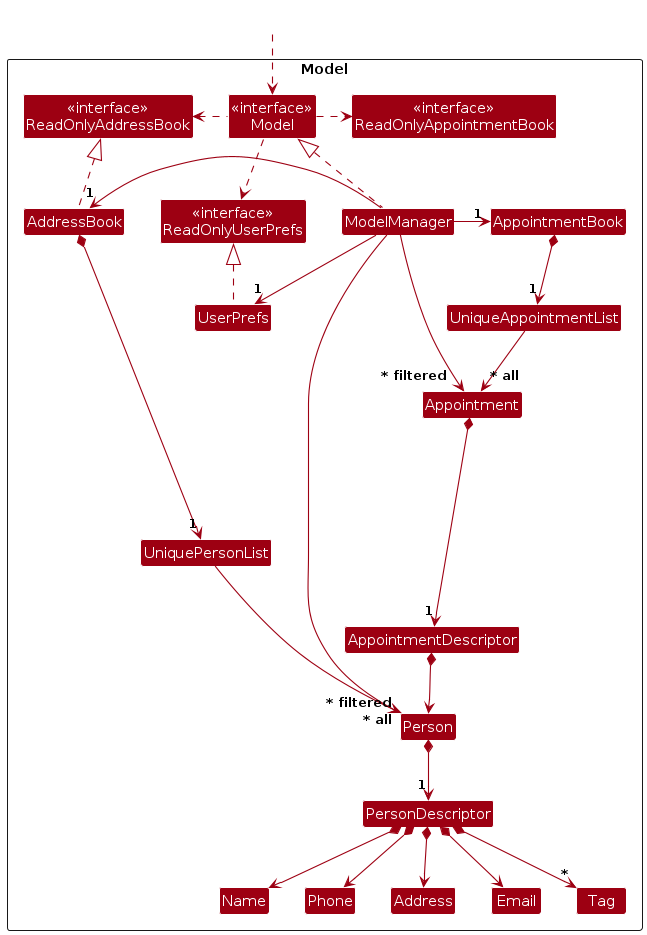
AY2425S1-CS2103T-W10-2/tp keeps this PlantUML diagram as diagrams/ModelClassDiagram.png. Above is the earlier version. Its source is kept beside it as diagrams/ModelClassDiagram.puml.
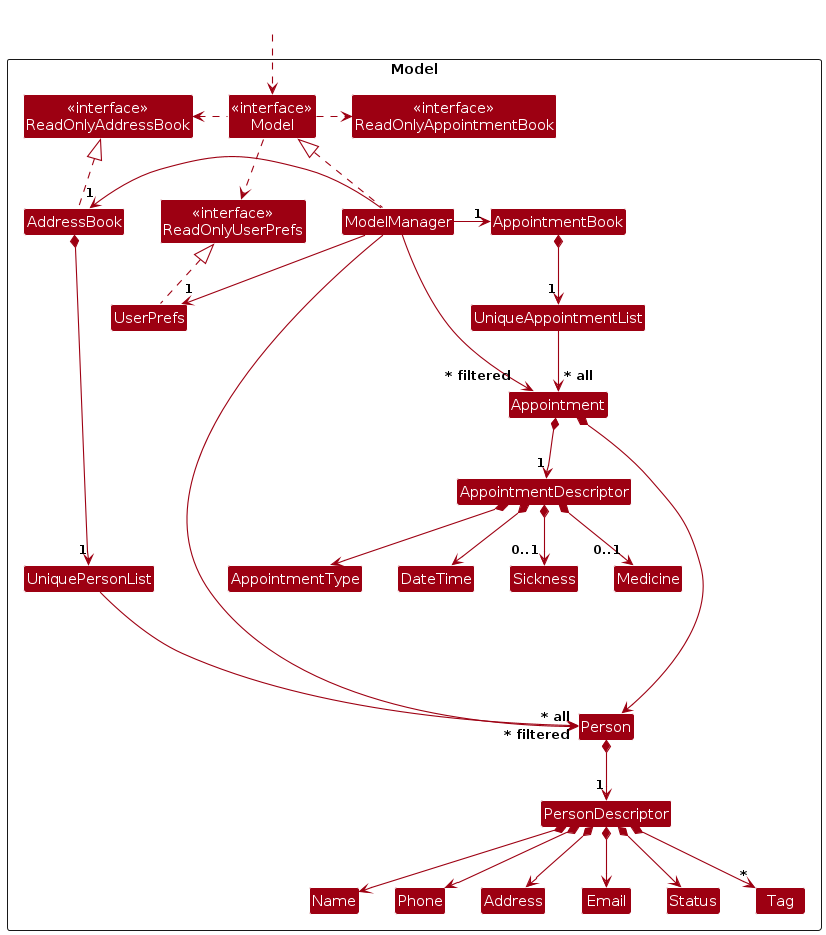
Later version of the same file.

What changed in the source:
```diff
@@ -21,11 +21,16 @@
 Class Email
 Class Name
 Class Phone
+Class Status
 Class Tag
 
 Class UniqueAppointmentList
 Class Appointment
 Class AppointmentDescriptor
+Class AppointmentType
+Class DateTime
+Class Sickness
+Class Medicine
 
 Class I #FFFFFF
 }
@@ -51,12 +56,17 @@
 PersonDescriptor *--> Phone
 PersonDescriptor *--> Email
 PersonDescriptor *--> Address
+PersonDescriptor *--> Status
 PersonDescriptor *--> "*" Tag
 
 AppointmentBook *--> "1" UniqueAppointmentList
 UniqueAppointmentList --> "~* all" Appointment
 Appointment *--> "1" AppointmentDescriptor
-AppointmentDescriptor *--> Person
+Appointment *--> Person
+AppointmentDescriptor *--> AppointmentType
+AppointmentDescriptor *--> DateTime
+AppointmentDescriptor *-->"0..1" Sickness
+AppointmentDescriptor *-->"0..1" Medicine
 
 Appointment -[hidden]down--> I
 PersonDescriptor -[hidden]up--> I
```
